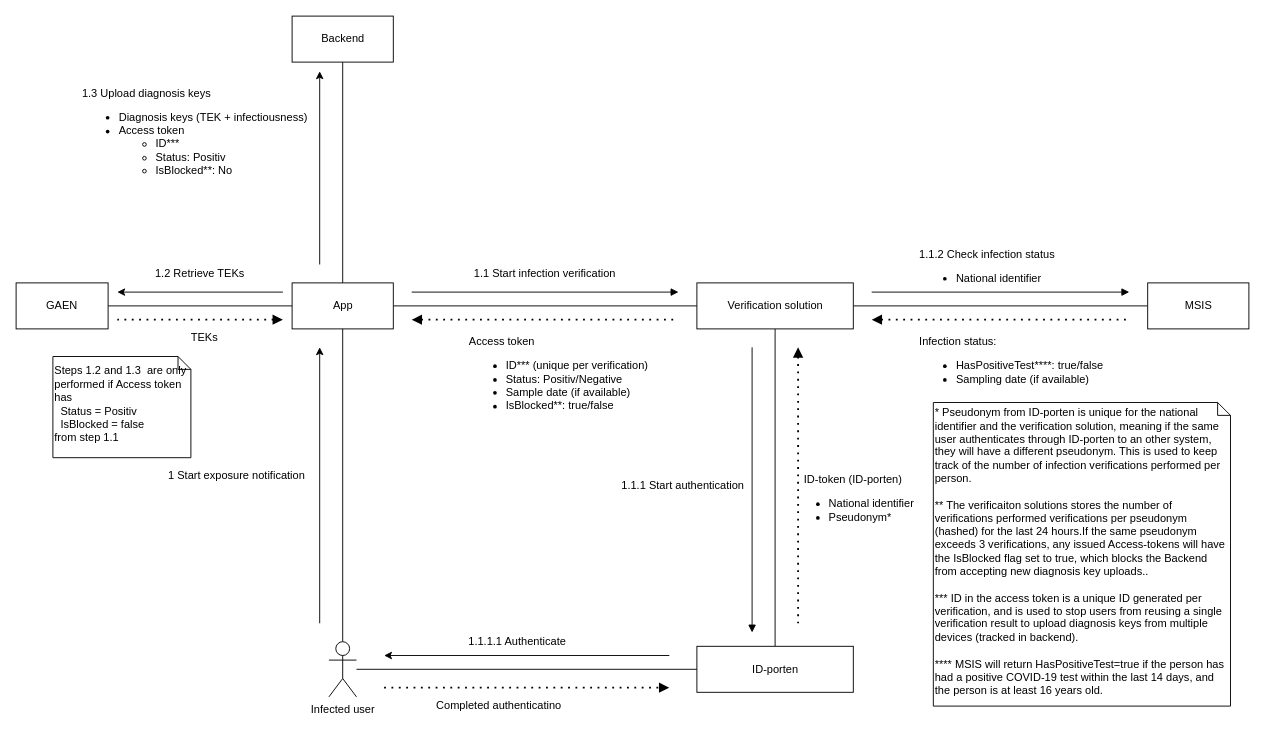
This is diagrams/Smittestopp_notify_contacts_en.drawio from folkehelseinstituttet/Fhi.Smittestopp.Documentation, a draw.io file, before an edit. Source tidied: cells renumbered, new cells numbered last; positions are measured from the earlier drawing's top-left corner, leaving out a move shared by most shapes. Both pictures are drawn from the tidied source at 92%, with x=0, y=0 at pixel (16, 16).
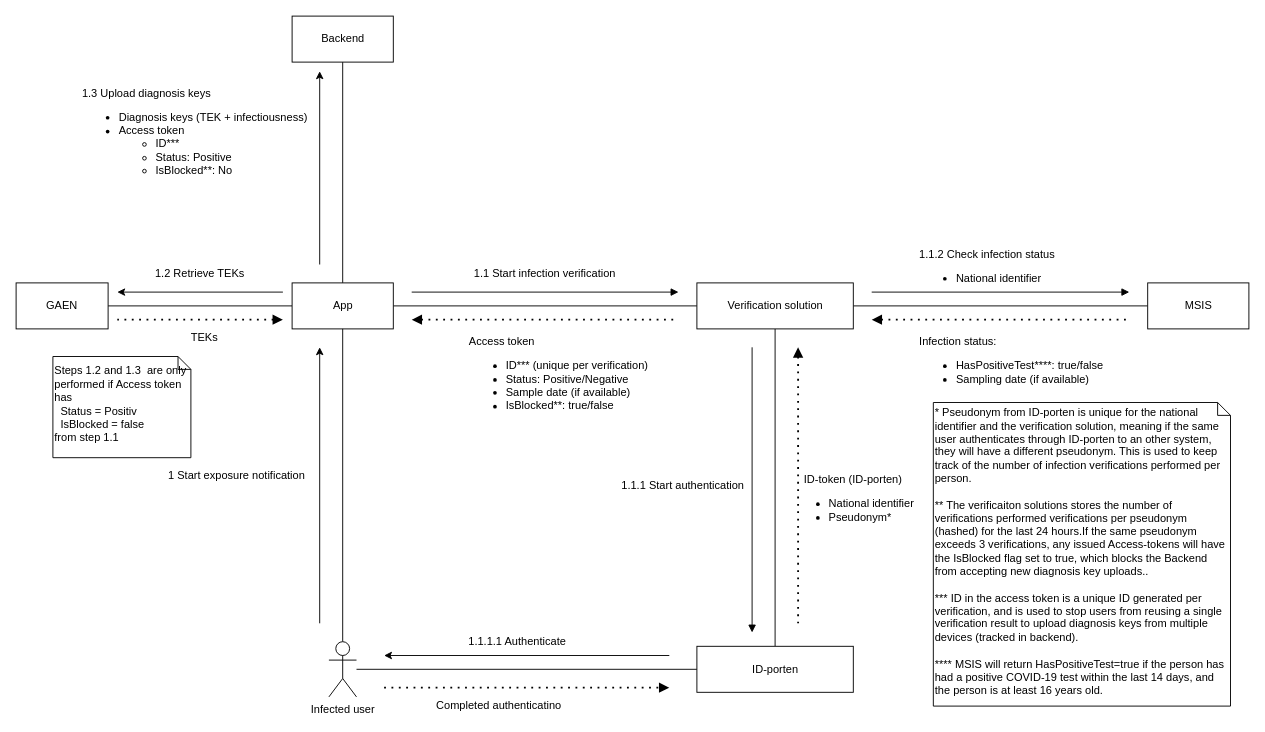
The same page after the edit.

Change to the diagram source:
```diff
@@
-    <mxCell id="28" value="&lt;div style=&quot;text-align: left&quot;&gt;&lt;span&gt;Access token&lt;/span&gt;&lt;/div&gt;&lt;div style=&quot;text-align: left&quot;&gt;&lt;ul&gt;&lt;li&gt;ID*** (unique per verification)&lt;/li&gt;&lt;li&gt;Status: Positiv/Negative&lt;/li&gt;&lt;li&gt;Sample date (if available)&lt;/li&gt;&lt;li&gt;IsBlocked**: true/false&lt;/li&gt;&lt;/ul&gt;&lt;/div&gt;" style="text;html=1;strokeColor=none;fillColor=none;align=center;verticalAlign=top;whiteSpace=wrap;rounded=0;" parent="1" vertex="1">
+    <mxCell id="28" value="&lt;div style=&quot;text-align: left&quot;&gt;&lt;span&gt;Access token&lt;/span&gt;&lt;/div&gt;&lt;div style=&quot;text-align: left&quot;&gt;&lt;ul&gt;&lt;li&gt;ID*** (unique per verification)&lt;/li&gt;&lt;li&gt;Status: Positive/Negative&lt;/li&gt;&lt;li&gt;Sample date (if available)&lt;/li&gt;&lt;li&gt;IsBlocked**: true/false&lt;/li&gt;&lt;/ul&gt;&lt;/div&gt;" style="text;html=1;strokeColor=none;fillColor=none;align=center;verticalAlign=top;whiteSpace=wrap;rounded=0;" parent="1" vertex="1">
       <mxGeometry x="460" y="340" width="260" height="100" as="geometry" />
     </mxCell>
@@
-    <mxCell id="34" value="1.3 Upload diagnosis keys&lt;br&gt;&lt;ul&gt;&lt;li&gt;Diagnosis keys (TEK + infectiousness)&lt;/li&gt;&lt;li&gt;Access token&lt;/li&gt;&lt;ul&gt;&lt;li&gt;ID***&lt;/li&gt;&lt;li&gt;Status: Positiv&lt;/li&gt;&lt;li&gt;IsBlocked**: No&lt;/li&gt;&lt;/ul&gt;&lt;/ul&gt;" style="text;html=1;strokeColor=none;fillColor=none;align=left;verticalAlign=top;whiteSpace=wrap;rounded=0;" parent="1" vertex="1">
+    <mxCell id="34" value="1.3 Upload diagnosis keys&lt;br&gt;&lt;ul&gt;&lt;li&gt;Diagnosis keys (TEK + infectiousness)&lt;/li&gt;&lt;li&gt;Access token&lt;/li&gt;&lt;ul&gt;&lt;li&gt;ID***&lt;/li&gt;&lt;li&gt;Status: Positive&lt;/li&gt;&lt;li&gt;IsBlocked**: No&lt;/li&gt;&lt;/ul&gt;&lt;/ul&gt;" style="text;html=1;strokeColor=none;fillColor=none;align=left;verticalAlign=top;whiteSpace=wrap;rounded=0;" parent="1" vertex="1">
       <mxGeometry x="70" y="70" width="260" height="100" as="geometry" />
     </mxCell>
```
